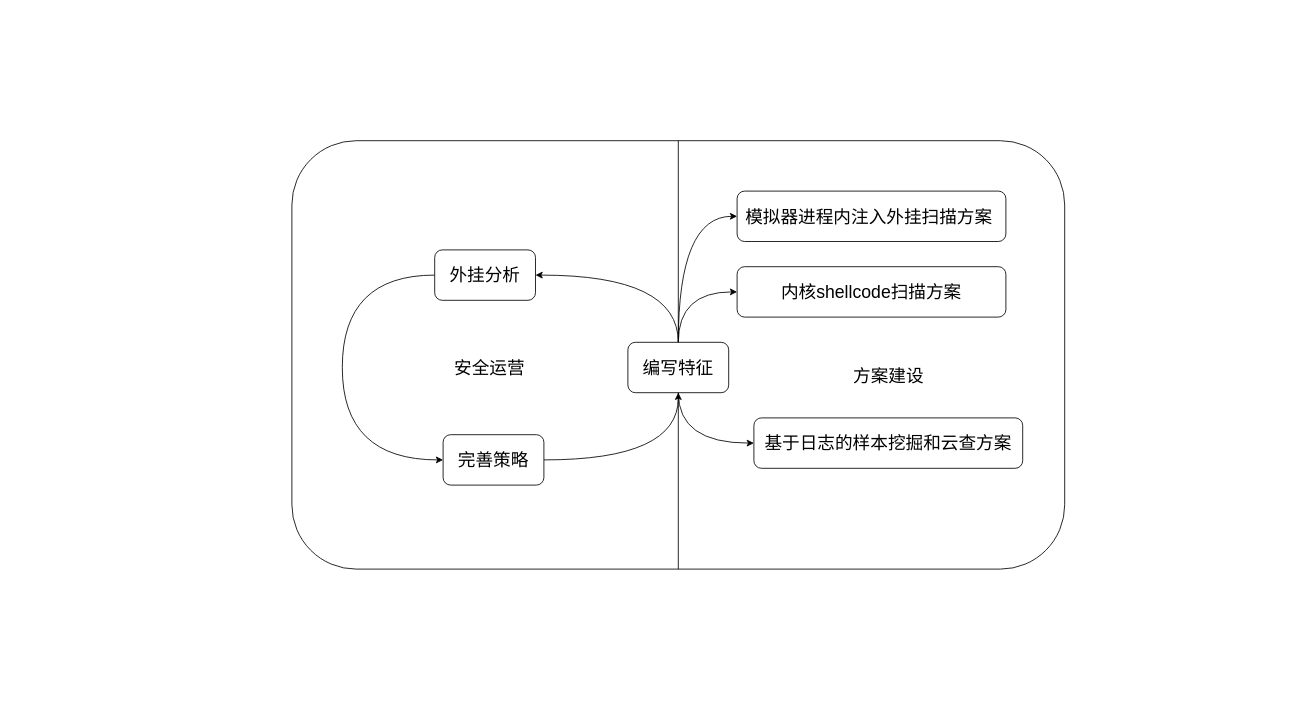
Before: testDirectory/方案建设.drawio in Moose1273/-, a draw.io diagram. Source tidied: cells renumbered, new cells numbered last; positions are measured from the earlier drawing's top-left corner, leaving out a move shared by most shapes. Both pictures are drawn from the tidied source at 84%, with x=0, y=0 at pixel (291, 140).
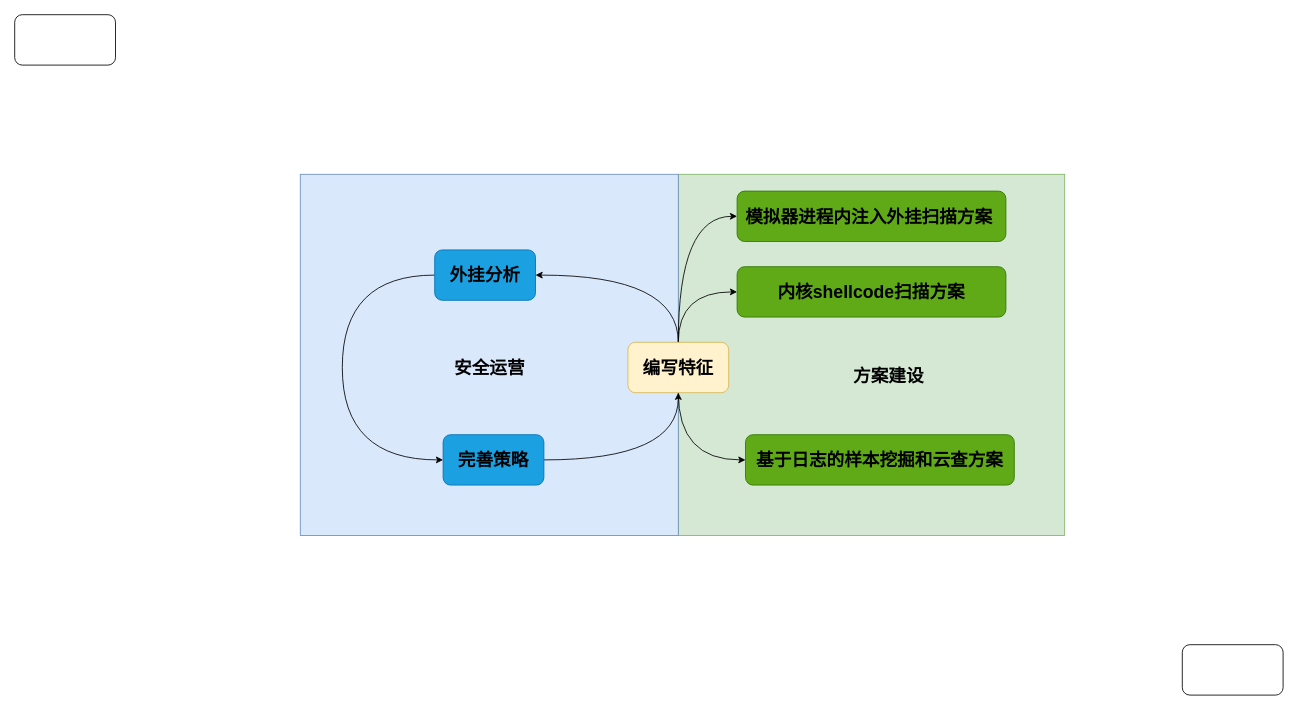
Above is the later version.

Commit message (it also covers changes not shown here):
更新方案建设.drawio

Diff of the diagram source:
```diff
@@
-    <mxCell id="2" style="rounded=1;whiteSpace=wrap;html=1;" parent="1" vertex="1">
-      <mxGeometry width="920" height="510" as="geometry" />
-    </mxCell>
+    <mxCell id="18" style="rounded=0;whiteSpace=wrap;html=1;fillColor=#d5e8d4;strokeColor=#82b366;fontStyle=1;fontColor=default;" parent="1" vertex="1">
+      <mxGeometry x="460" y="40" width="460" height="430" as="geometry" />
+    </mxCell>
+    <mxCell id="19" style="rounded=0;whiteSpace=wrap;html=1;fillColor=#dae8fc;strokeColor=#6c8ebf;fontStyle=1;fontColor=default;" parent="1" vertex="1">
+      <mxGeometry x="10" y="40" width="450" height="430" as="geometry" />
+    </mxCell>
-    <mxCell id="3" style="edgeStyle=orthogonalEdgeStyle;rounded=0;jettySize=auto;html=1;exitX=0;exitY=0.5;exitDx=0;exitDy=0;entryX=0;entryY=0.5;entryDx=0;entryDy=0;curved=1;" parent="1" edge="1" source="4" target="6">
+    <mxCell id="3" style="edgeStyle=orthogonalEdgeStyle;rounded=0;jettySize=auto;html=1;exitX=0;exitY=0.5;exitDx=0;exitDy=0;entryX=0;entryY=0.5;entryDx=0;entryDy=0;curved=1;fontStyle=1;fontColor=default;" parent="1" edge="1" source="4" target="6">
       <mxGeometry relative="1" as="geometry">
         <Array as="points">
           <mxPoint x="60" y="160" />
           <mxPoint x="60" y="380" />
         </Array>
       </mxGeometry>
     </mxCell>
-    <mxCell id="4" value="&lt;font style=&quot;font-size: 21px;&quot;&gt;外挂分析&lt;/font&gt;" style="rounded=1;whiteSpace=wrap;html=1;" parent="1" vertex="1">
+    <mxCell id="4" value="&lt;font style=&quot;font-size: 21px;&quot;&gt;外挂分析&lt;/font&gt;" style="rounded=1;whiteSpace=wrap;html=1;fillColor=#1ba1e2;fontColor=default;strokeColor=#006EAF;fontStyle=1;" parent="1" vertex="1">
       <mxGeometry x="170" y="130" width="120" height="60" as="geometry" />
     </mxCell>
-    <mxCell id="5" style="edgeStyle=orthogonalEdgeStyle;rounded=0;jettySize=auto;html=1;exitX=1;exitY=0.5;exitDx=0;exitDy=0;entryX=0.5;entryY=1;entryDx=0;entryDy=0;curved=1;" parent="1" edge="1" source="6" target="12">
+    <mxCell id="5" style="edgeStyle=orthogonalEdgeStyle;rounded=0;jettySize=auto;html=1;exitX=1;exitY=0.5;exitDx=0;exitDy=0;entryX=0.5;entryY=1;entryDx=0;entryDy=0;curved=1;fontStyle=1;fontColor=default;" parent="1" edge="1" source="6" target="12">
       <mxGeometry relative="1" as="geometry" />
     </mxCell>
-    <mxCell id="6" value="&lt;font style=&quot;font-size: 21px;&quot;&gt;完善策略&lt;/font&gt;" style="rounded=1;whiteSpace=wrap;html=1;" parent="1" vertex="1">
+    <mxCell id="6" value="&lt;font style=&quot;font-size: 21px;&quot;&gt;完善策略&lt;/font&gt;" style="rounded=1;whiteSpace=wrap;html=1;fillColor=#1ba1e2;fontColor=default;strokeColor=#006EAF;fontStyle=1;" parent="1" vertex="1">
       <mxGeometry x="180" y="350" width="120" height="60" as="geometry" />
     </mxCell>
-    <mxCell id="7" style="endArrow=none;html=1;rounded=0;entryX=0.5;entryY=0;entryDx=0;entryDy=0;exitX=0.5;exitY=1;exitDx=0;exitDy=0;" parent="1" edge="1" source="2" target="2">
-      <mxGeometry relative="1" as="geometry" />
-    </mxCell>
-    <mxCell id="8" style="edgeStyle=orthogonalEdgeStyle;rounded=0;jettySize=auto;html=1;exitX=0.5;exitY=0;exitDx=0;exitDy=0;entryX=1;entryY=0.5;entryDx=0;entryDy=0;curved=1;" parent="1" edge="1" source="12" target="4">
+    <mxCell id="8" style="edgeStyle=orthogonalEdgeStyle;rounded=0;jettySize=auto;html=1;exitX=0.5;exitY=0;exitDx=0;exitDy=0;entryX=1;entryY=0.5;entryDx=0;entryDy=0;curved=1;fontStyle=1;fontColor=default;" parent="1" edge="1" source="12" target="4">
       <mxGeometry relative="1" as="geometry" />
     </mxCell>
-    <mxCell id="9" style="edgeStyle=orthogonalEdgeStyle;rounded=0;jettySize=auto;html=1;exitX=0.5;exitY=0;exitDx=0;exitDy=0;entryX=0;entryY=0.5;entryDx=0;entryDy=0;curved=1;" parent="1" edge="1" source="12" target="13">
+    <mxCell id="9" style="edgeStyle=orthogonalEdgeStyle;rounded=0;jettySize=auto;html=1;exitX=0.5;exitY=0;exitDx=0;exitDy=0;entryX=0;entryY=0.5;entryDx=0;entryDy=0;curved=1;fontStyle=1;fontColor=default;" parent="1" edge="1" source="12" target="13">
       <mxGeometry relative="1" as="geometry" />
     </mxCell>
-    <mxCell id="10" style="edgeStyle=orthogonalEdgeStyle;rounded=0;jettySize=auto;html=1;exitX=0.5;exitY=0;exitDx=0;exitDy=0;entryX=0;entryY=0.5;entryDx=0;entryDy=0;curved=1;" parent="1" edge="1" source="12" target="14">
+    <mxCell id="10" style="edgeStyle=orthogonalEdgeStyle;rounded=0;jettySize=auto;html=1;exitX=0.5;exitY=0;exitDx=0;exitDy=0;entryX=0;entryY=0.5;entryDx=0;entryDy=0;curved=1;fontStyle=1;fontColor=default;" parent="1" edge="1" source="12" target="14">
       <mxGeometry relative="1" as="geometry" />
     </mxCell>
-    <mxCell id="11" style="edgeStyle=orthogonalEdgeStyle;rounded=0;jettySize=auto;html=1;exitX=0.5;exitY=1;exitDx=0;exitDy=0;entryX=0;entryY=0.5;entryDx=0;entryDy=0;curved=1;" parent="1" edge="1" source="12" target="15">
+    <mxCell id="11" style="edgeStyle=orthogonalEdgeStyle;rounded=0;jettySize=auto;html=1;exitX=0.5;exitY=1;exitDx=0;exitDy=0;entryX=0;entryY=0.5;entryDx=0;entryDy=0;curved=1;fontStyle=1;fontColor=default;" parent="1" edge="1" source="12" target="15">
       <mxGeometry relative="1" as="geometry" />
     </mxCell>
-    <mxCell id="12" value="&lt;span style=&quot;font-size: 21px;&quot;&gt;编写特征&lt;/span&gt;" style="rounded=1;whiteSpace=wrap;html=1;" parent="1" vertex="1">
+    <mxCell id="12" value="&lt;span style=&quot;font-size: 21px;&quot;&gt;编写特征&lt;/span&gt;" style="rounded=1;whiteSpace=wrap;html=1;fillColor=#fff2cc;strokeColor=#d6b656;fontStyle=1;fontColor=default;" parent="1" vertex="1">
       <mxGeometry x="400" y="240" width="120" height="60" as="geometry" />
     </mxCell>
-    <mxCell id="13" value="&lt;div&gt;&lt;span style=&quot;font-size: 21px;&quot;&gt;模拟器进程内注入外挂扫描方案&amp;nbsp;&lt;/span&gt;&lt;/div&gt;" style="rounded=1;whiteSpace=wrap;html=1;" parent="1" vertex="1">
+    <mxCell id="13" value="&lt;div&gt;&lt;span style=&quot;font-size: 21px;&quot;&gt;模拟器进程内注入外挂扫描方案&amp;nbsp;&lt;/span&gt;&lt;/div&gt;" style="rounded=1;whiteSpace=wrap;html=1;fillColor=#60a917;fontColor=default;strokeColor=#2D7600;fontStyle=1;" parent="1" vertex="1">
       <mxGeometry x="530" y="60" width="320" height="60" as="geometry" />
     </mxCell>
-    <mxCell id="14" value="&lt;div&gt;&lt;div&gt;&lt;span style=&quot;font-size: 21px;&quot;&gt;内核shellcode扫描方案&lt;/span&gt;&lt;/div&gt;&lt;/div&gt;" style="rounded=1;whiteSpace=wrap;html=1;" parent="1" vertex="1">
+    <mxCell id="14" value="&lt;div&gt;&lt;div&gt;&lt;span style=&quot;font-size: 21px;&quot;&gt;内核shellcode扫描方案&lt;/span&gt;&lt;/div&gt;&lt;/div&gt;" style="rounded=1;whiteSpace=wrap;html=1;fillColor=#60a917;fontColor=default;strokeColor=#2D7600;fontStyle=1;" parent="1" vertex="1">
       <mxGeometry x="530" y="150" width="320" height="60" as="geometry" />
     </mxCell>
-    <mxCell id="15" value="&lt;div&gt;&lt;span style=&quot;font-size: 21px;&quot;&gt;基于日志的样本挖掘和云查方案&lt;/span&gt;&lt;/div&gt;" style="rounded=1;whiteSpace=wrap;html=1;" parent="1" vertex="1">
-      <mxGeometry x="550" y="330" width="320" height="60" as="geometry" />
+    <mxCell id="15" value="&lt;div&gt;&lt;span style=&quot;font-size: 21px;&quot;&gt;基于日志的样本挖掘和云查方案&lt;/span&gt;&lt;/div&gt;" style="rounded=1;whiteSpace=wrap;html=1;fillColor=#60a917;fontColor=default;strokeColor=#2D7600;fontStyle=1;" parent="1" vertex="1">
+      <mxGeometry x="540" y="350" width="320" height="60" as="geometry" />
     </mxCell>
-    <mxCell id="16" value="&lt;font style=&quot;font-size: 21px;&quot;&gt;安全运营&lt;/font&gt;" style="text;html=1;align=center;verticalAlign=middle;strokeColor=none;fillColor=none;" parent="1" vertex="1">
+    <mxCell id="16" value="&lt;font style=&quot;font-size: 21px;&quot;&gt;安全运营&lt;/font&gt;" style="text;html=1;align=center;verticalAlign=middle;strokeColor=none;fillColor=none;fontStyle=1;fontColor=default;" parent="1" vertex="1">
       <mxGeometry x="180" y="250" width="110" height="40" as="geometry" />
     </mxCell>
-    <mxCell id="17" value="&lt;font style=&quot;font-size: 21px;&quot;&gt;方案建设&lt;/font&gt;" style="text;html=1;align=center;verticalAlign=middle;strokeColor=none;fillColor=none;" parent="1" vertex="1">
+    <mxCell id="17" value="&lt;font style=&quot;font-size: 21px;&quot;&gt;方案建设&lt;/font&gt;" style="text;html=1;align=center;verticalAlign=middle;strokeColor=none;fillColor=none;fontStyle=1;fontColor=default;" parent="1" vertex="1">
       <mxGeometry x="655" y="260" width="110" height="40" as="geometry" />
     </mxCell>
+    <mxCell id="20" style="rounded=1;whiteSpace=wrap;html=1;" parent="1" vertex="1">
+      <mxGeometry x="-330" y="-150" width="120" height="60" as="geometry" />
+    </mxCell>
+    <mxCell id="21" style="rounded=1;whiteSpace=wrap;html=1;" parent="1" vertex="1">
+      <mxGeometry x="1060" y="600" width="120" height="60" as="geometry" />
+    </mxCell>
```
